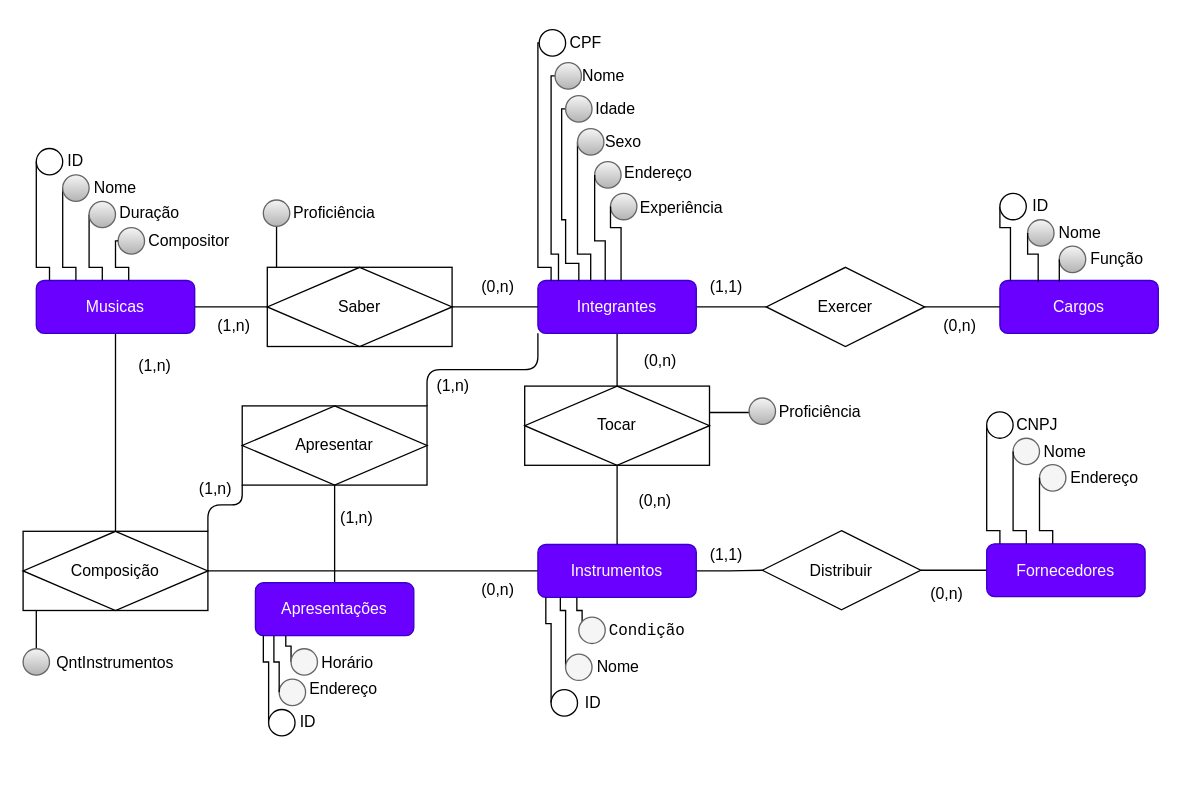
This is Dados/Modelo Relacional/Modelagem_Conceitual_DB.drawio from GouveiaGSilva/Sistema-DantaFenix, a draw.io file, before an edit. Source tidied: cells renumbered, new cells numbered last; positions are measured from the earlier drawing's top-left corner, leaving out a move shared by most shapes. Both pictures are drawn from the tidied source at 132%, with x=0, y=0 at pixel (22, 22).
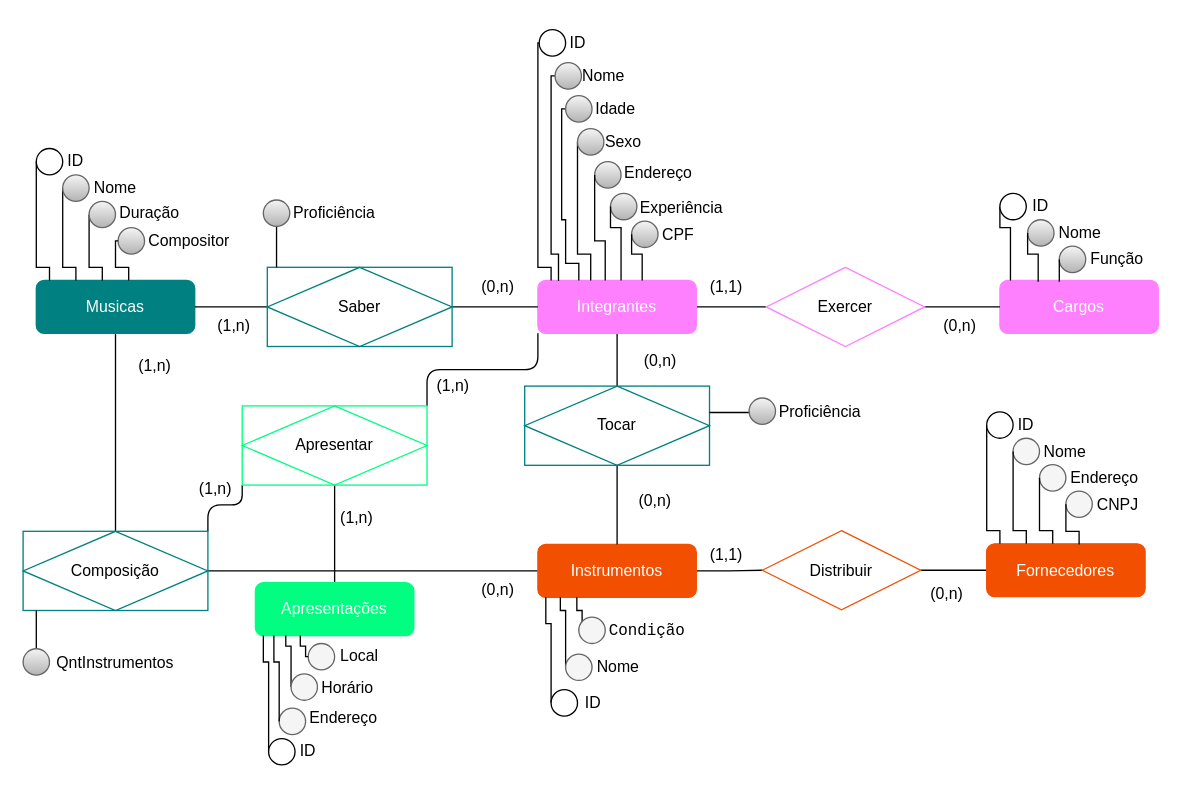
The same page after the edit.

Commit message (it also covers changes not shown here):
criação do modelo lógico utilizando o mySQL Workbench e sincronização do modelo conceitual

Change to the diagram source:
```diff
@@
-    <mxCell id="5" value="Integrantes" style="whiteSpace=wrap;html=1;align=center;fillColor=#6a00ff;fontColor=#ffffff;strokeColor=#3700CC;rounded=1;" parent="1" vertex="1">
+    <mxCell id="5" value="Integrantes" style="whiteSpace=wrap;html=1;align=center;fillColor=#FF80FF;fontColor=#ffffff;strokeColor=#FF80FF;rounded=1;" parent="1" vertex="1">
       <mxGeometry x="390" y="195" width="120" height="40" as="geometry" />
     </mxCell>
@@
-    <mxCell id="7" value="Musicas" style="whiteSpace=wrap;html=1;align=center;fillColor=#6a00ff;fontColor=#ffffff;strokeColor=#3700CC;rounded=1;" parent="1" vertex="1">
+    <mxCell id="7" value="Musicas" style="whiteSpace=wrap;html=1;align=center;fillColor=#008080;fontColor=#ffffff;strokeColor=#008080;rounded=1;" parent="1" vertex="1">
       <mxGeometry x="10" y="195" width="120" height="40" as="geometry" />
     </mxCell>
@@
-    <mxCell id="9" value="Fornecedores" style="whiteSpace=wrap;html=1;align=center;fillColor=#6a00ff;fontColor=#ffffff;strokeColor=#3700CC;rounded=1;" parent="1" vertex="1">
+    <mxCell id="9" value="Fornecedores" style="whiteSpace=wrap;html=1;align=center;fillColor=#F24F00;fontColor=#ffffff;strokeColor=#F24F00;rounded=1;" parent="1" vertex="1">
       <mxGeometry x="730" y="394.5" width="120" height="40" as="geometry" />
     </mxCell>
@@
-    <mxCell id="12" value="Instrumentos" style="whiteSpace=wrap;html=1;align=center;fillColor=#6a00ff;fontColor=#ffffff;strokeColor=#3700CC;rounded=1;" parent="1" vertex="1">
+    <mxCell id="12" value="Instrumentos" style="whiteSpace=wrap;html=1;align=center;fillColor=#F24F00;fontColor=#ffffff;strokeColor=#F24F00;rounded=1;" parent="1" vertex="1">
       <mxGeometry x="390" y="395" width="120" height="40" as="geometry" />
     </mxCell>
@@
-    <mxCell id="14" value="Apresentações" style="whiteSpace=wrap;html=1;align=center;fillColor=#6a00ff;fontColor=#ffffff;strokeColor=#3700CC;rounded=1;" parent="1" vertex="1">
+    <mxCell id="14" value="Apresentações" style="whiteSpace=wrap;html=1;align=center;fillColor=#00FF80;fontColor=#ffffff;strokeColor=#00FF80;rounded=1;" parent="1" vertex="1">
       <mxGeometry x="176" y="424" width="120" height="40" as="geometry" />
     </mxCell>
-    <mxCell id="15" value="Cargos" style="whiteSpace=wrap;html=1;align=center;fillColor=#6a00ff;fontColor=#ffffff;strokeColor=#3700CC;rounded=1;" parent="1" vertex="1">
+    <mxCell id="15" value="Cargos" style="whiteSpace=wrap;html=1;align=center;fillColor=#FF80FF;fontColor=#ffffff;strokeColor=#FF80FF;rounded=1;" parent="1" vertex="1">
       <mxGeometry x="740" y="195" width="120" height="40" as="geometry" />
     </mxCell>
@@
-    <mxCell id="21" value="Saber" style="shape=associativeEntity;whiteSpace=wrap;html=1;align=center;fontFamily=Helvetica;fontSize=12;fontColor=default;labelBackgroundColor=default;" parent="1" vertex="1">
+    <mxCell id="21" value="Saber" style="shape=associativeEntity;whiteSpace=wrap;html=1;align=center;fontFamily=Helvetica;fontSize=12;fontColor=default;labelBackgroundColor=default;shadow=0;strokeColor=#008080;" parent="1" vertex="1">
       <mxGeometry x="185" y="185" width="140" height="60" as="geometry" />
     </mxCell>
@@
-    <mxCell id="27" value="Tocar" style="shape=associativeEntity;whiteSpace=wrap;html=1;align=center;fontFamily=Helvetica;fontSize=12;fontColor=default;labelBackgroundColor=default;" parent="1" vertex="1">
+    <mxCell id="27" value="Tocar" style="shape=associativeEntity;whiteSpace=wrap;html=1;align=center;fontFamily=Helvetica;fontSize=12;fontColor=default;labelBackgroundColor=default;strokeColor=#008080;" parent="1" vertex="1">
       <mxGeometry x="380" y="275" width="140" height="60" as="geometry" />
     </mxCell>
@@
-    <mxCell id="31" value="Composição" style="shape=associativeEntity;whiteSpace=wrap;html=1;align=center;fontFamily=Helvetica;fontSize=12;fontColor=default;labelBackgroundColor=default;" parent="1" vertex="1">
+    <mxCell id="31" value="Composição" style="shape=associativeEntity;whiteSpace=wrap;html=1;align=center;fontFamily=Helvetica;fontSize=12;fontColor=default;labelBackgroundColor=default;strokeColor=#008080;" parent="1" vertex="1">
       <mxGeometry y="385" width="140" height="60" as="geometry" />
     </mxCell>
@@
     <mxCell id="49" value="CPF" style="text;html=1;align=center;verticalAlign=middle;whiteSpace=wrap;rounded=0;fontFamily=Helvetica;fontSize=12;fontColor=default;labelBackgroundColor=default;rotation=0;" parent="1" vertex="1">
-      <mxGeometry x="411" width="31" height="30" as="geometry" />
+      <mxGeometry x="480.5" y="146" width="31" height="30" as="geometry" />
     </mxCell>
@@
     <mxCell id="82" value="CNPJ" style="text;html=1;align=center;verticalAlign=middle;whiteSpace=wrap;rounded=0;fontFamily=Helvetica;fontSize=12;fontColor=default;labelBackgroundColor=default;rotation=0;" parent="1" vertex="1">
-      <mxGeometry x="753" y="289.5" width="31" height="30" as="geometry" />
+      <mxGeometry x="813.5" y="350" width="31" height="30" as="geometry" />
     </mxCell>
@@
-    <mxCell id="89" value="Apresentar" style="shape=associativeEntity;whiteSpace=wrap;html=1;align=center;fontFamily=Helvetica;fontSize=12;fontColor=default;labelBackgroundColor=default;" parent="1" vertex="1">
+    <mxCell id="89" value="Apresentar" style="shape=associativeEntity;whiteSpace=wrap;html=1;align=center;fontFamily=Helvetica;fontSize=12;fontColor=default;labelBackgroundColor=default;strokeColor=#00FF80;" parent="1" vertex="1">
       <mxGeometry x="166" y="290" width="140" height="60" as="geometry" />
     </mxCell>
@@
     <mxCell id="91" style="ellipse;whiteSpace=wrap;html=1;align=center;fontStyle=4;fontFamily=Helvetica;fontSize=12;labelBackgroundColor=default;" parent="1" vertex="1">
-      <mxGeometry x="186" y="520" width="20" height="20" as="geometry" />
+      <mxGeometry x="186" y="542" width="20" height="20" as="geometry" />
     </mxCell>
     <mxCell id="92" value="ID" style="text;html=1;align=center;verticalAlign=middle;whiteSpace=wrap;rounded=0;fontFamily=Helvetica;fontSize=12;fontColor=default;labelBackgroundColor=default;rotation=0;" parent="1" vertex="1">
-      <mxGeometry x="206" y="515" width="20" height="30" as="geometry" />
+      <mxGeometry x="206" y="537" width="20" height="30" as="geometry" />
     </mxCell>
     <mxCell id="93" style="ellipse;whiteSpace=wrap;html=1;align=center;fontStyle=4;fontFamily=Helvetica;fontSize=12;labelBackgroundColor=default;fillColor=#f5f5f5;fontColor=#333333;strokeColor=#666666;" parent="1" vertex="1">
-      <mxGeometry x="194" y="497" width="20" height="20" as="geometry" />
+      <mxGeometry x="194" y="519" width="20" height="20" as="geometry" />
     </mxCell>
@@
     <mxCell id="95" value="Endereço" style="text;html=1;align=center;verticalAlign=middle;whiteSpace=wrap;rounded=0;fontFamily=Helvetica;fontSize=12;fontColor=default;labelBackgroundColor=default;rotation=0;" parent="1" vertex="1">
-      <mxGeometry x="233" y="490" width="20" height="30" as="geometry" />
+      <mxGeometry x="233" y="512" width="20" height="30" as="geometry" />
     </mxCell>
@@
     <mxCell id="97" style="ellipse;whiteSpace=wrap;html=1;align=center;fontStyle=4;fontFamily=Helvetica;fontSize=12;labelBackgroundColor=default;fillColor=#f5f5f5;fontColor=#333333;strokeColor=#666666;" parent="1" vertex="1">
-      <mxGeometry x="203" y="474" width="20" height="20" as="geometry" />
+      <mxGeometry x="203" y="493" width="20" height="20" as="geometry" />
     </mxCell>
     <mxCell id="98" value="Horário" style="text;html=1;align=center;verticalAlign=middle;whiteSpace=wrap;rounded=0;fontFamily=Helvetica;fontSize=12;fontColor=default;labelBackgroundColor=default;rotation=0;" parent="1" vertex="1">
-      <mxGeometry x="236" y="470" width="20" height="30" as="geometry" />
+      <mxGeometry x="236" y="489" width="20" height="30" as="geometry" />
     </mxCell>
@@
-    <mxCell id="108" value="Distribuir" style="shape=rhombus;perimeter=rhombusPerimeter;whiteSpace=wrap;html=1;align=center;fontFamily=Helvetica;fontSize=12;fontColor=default;labelBackgroundColor=default;" parent="1" vertex="1">
+    <mxCell id="108" value="Distribuir" style="shape=rhombus;perimeter=rhombusPerimeter;whiteSpace=wrap;html=1;align=center;fontFamily=Helvetica;fontSize=12;fontColor=default;labelBackgroundColor=default;strokeColor=#F24F00;" parent="1" vertex="1">
       <mxGeometry x="560" y="384.5" width="120" height="60" as="geometry" />
     </mxCell>
@@
-    <mxCell id="111" value="Exercer" style="shape=rhombus;perimeter=rhombusPerimeter;whiteSpace=wrap;html=1;align=center;fontFamily=Helvetica;fontSize=12;fontColor=default;labelBackgroundColor=default;" parent="1" vertex="1">
+    <mxCell id="111" value="Exercer" style="shape=rhombus;perimeter=rhombusPerimeter;whiteSpace=wrap;html=1;align=center;fontFamily=Helvetica;fontSize=12;fontColor=default;labelBackgroundColor=default;strokeColor=#FF80FF;" parent="1" vertex="1">
       <mxGeometry x="563" y="185" width="120" height="60" as="geometry" />
     </mxCell>
@@
+    <mxCell id="115" style="ellipse;whiteSpace=wrap;html=1;align=center;fontStyle=4;fontFamily=Helvetica;fontSize=12;labelBackgroundColor=default;fillColor=#f5f5f5;fontColor=#333333;strokeColor=#666666;" parent="1" vertex="1">
+      <mxGeometry x="216" y="470" width="20" height="20" as="geometry" />
+    </mxCell>
+    <mxCell id="116" style="endArrow=none;html=1;rounded=0;strokeColor=default;align=center;verticalAlign=middle;fontFamily=Helvetica;fontSize=12;fontColor=default;labelBackgroundColor=default;edgeStyle=orthogonalEdgeStyle;curved=0;exitX=0;exitY=0.5;exitDx=0;exitDy=0;" parent="1" edge="1" source="115">
+      <mxGeometry relative="1" as="geometry">
+        <mxPoint x="210" y="464" as="targetPoint" />
+        <Array as="points">
+          <mxPoint x="214" y="480" />
+          <mxPoint x="214" y="472" />
+          <mxPoint x="210" y="472" />
+        </Array>
+      </mxGeometry>
+    </mxCell>
+    <mxCell id="117" value="Local" style="text;html=1;align=center;verticalAlign=middle;whiteSpace=wrap;rounded=0;fontFamily=Helvetica;fontSize=12;fontColor=default;labelBackgroundColor=default;rotation=0;" parent="1" vertex="1">
+      <mxGeometry x="245" y="465" width="20" height="30" as="geometry" />
+    </mxCell>
+    <mxCell id="118" style="ellipse;whiteSpace=wrap;html=1;align=center;fontStyle=4;fontFamily=Helvetica;fontSize=12;labelBackgroundColor=default;fillColor=#f5f5f5;strokeColor=#666666;gradientColor=#b3b3b3;" parent="1" vertex="1">
+      <mxGeometry x="461" y="150" width="20" height="20" as="geometry" />
+    </mxCell>
+    <mxCell id="119" style="endArrow=none;html=1;rounded=0;strokeColor=default;align=center;verticalAlign=middle;fontFamily=Helvetica;fontSize=12;fontColor=default;labelBackgroundColor=default;edgeStyle=orthogonalEdgeStyle;curved=0;entryX=0.5;entryY=0;entryDx=0;entryDy=0;exitX=0;exitY=0.5;exitDx=0;exitDy=0;" parent="1" edge="1" source="118">
+      <mxGeometry relative="1" as="geometry">
+        <mxPoint x="469" y="195" as="targetPoint" />
+        <Array as="points">
+          <mxPoint x="461" y="175" />
+          <mxPoint x="469" y="175" />
+        </Array>
+      </mxGeometry>
+    </mxCell>
+    <mxCell id="120" value="ID" style="text;html=1;align=center;verticalAlign=middle;whiteSpace=wrap;rounded=0;fontFamily=Helvetica;fontSize=12;fontColor=default;labelBackgroundColor=default;rotation=0;" parent="1" vertex="1">
+      <mxGeometry x="405" width="31" height="30" as="geometry" />
+    </mxCell>
+    <mxCell id="121" style="ellipse;whiteSpace=wrap;html=1;align=center;fontStyle=4;fontFamily=Helvetica;fontSize=12;labelBackgroundColor=default;fillColor=#f5f5f5;fontColor=#333333;strokeColor=#666666;" parent="1" vertex="1">
+      <mxGeometry x="790" y="354.5" width="20" height="20" as="geometry" />
+    </mxCell>
+    <mxCell id="122" style="endArrow=none;html=1;rounded=0;strokeColor=default;align=center;verticalAlign=middle;fontFamily=Helvetica;fontSize=12;fontColor=default;labelBackgroundColor=default;edgeStyle=orthogonalEdgeStyle;curved=0;entryX=0.5;entryY=0;entryDx=0;entryDy=0;exitX=0;exitY=0.5;exitDx=0;exitDy=0;" parent="1" edge="1" source="121">
+      <mxGeometry relative="1" as="geometry">
+        <mxPoint x="800" y="395" as="targetPoint" />
+        <Array as="points">
+          <mxPoint x="790" y="385" />
+          <mxPoint x="800" y="385" />
+        </Array>
+      </mxGeometry>
+    </mxCell>
+    <mxCell id="123" value="ID" style="text;html=1;align=center;verticalAlign=middle;whiteSpace=wrap;rounded=0;fontFamily=Helvetica;fontSize=12;fontColor=default;labelBackgroundColor=default;rotation=0;" parent="1" vertex="1">
+      <mxGeometry x="729" y="289.5" width="62" height="30" as="geometry" />
+    </mxCell>
```
